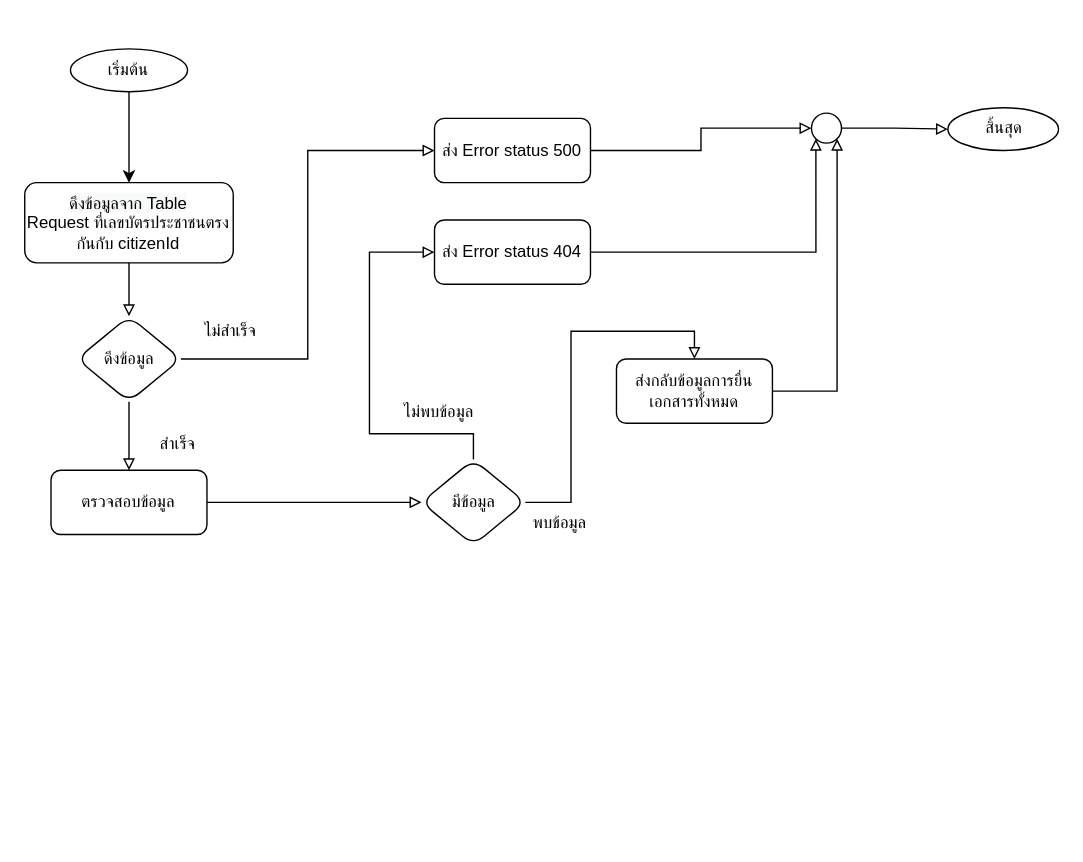
This is getRequestByCitizen.drawio from charifrodmanee/charifrodmanee, a draw.io file, before an edit. Source tidied: cells renumbered, new cells numbered last; positions are measured from the earlier drawing's top-left corner, leaving out a move shared by most shapes. Both pictures are drawn from the tidied source at 139%, with x=0, y=0 at pixel (24, 38).
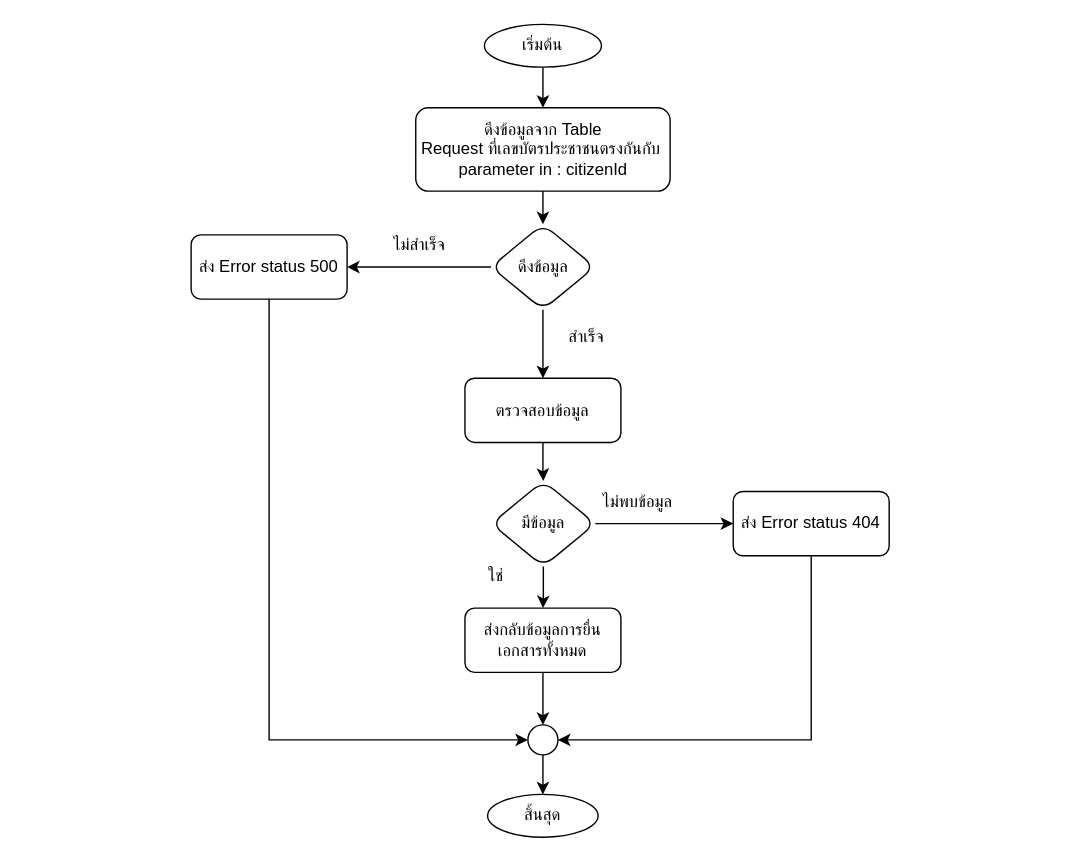
The same diagram, later.

Diff of the diagram source:
```diff
@@
-    <mxCell id="2" style="group;" parent="1" vertex="1">
-      <mxGeometry width="744" height="480" as="geometry" />
-    </mxCell>
-    <mxCell id="3" style="group;" parent="2" vertex="1">
-      <mxGeometry x="19.2" y="7.7" width="724.8" height="356.9" as="geometry" />
-    </mxCell>
-    <mxCell id="4" value="เริ่มต้น" style="ellipse;whiteSpace=wrap;html=1;rounded=1;glass=0;strokeWidth=1;shadow=0;" parent="3" vertex="1">
-      <mxGeometry x="14" width="84.2" height="30.8" as="geometry" />
-    </mxCell>
-    <mxCell id="5" value="สิ้นสุด" style="ellipse;whiteSpace=wrap;html=1;rounded=1;glass=0;strokeWidth=1;shadow=0;" parent="3" vertex="1">
-      <mxGeometry x="645.3" y="42.3" width="79.5" height="30.8" as="geometry" />
-    </mxCell>
-    <mxCell id="6" value="&lt;span style=&quot;color: rgb(0, 0, 0); font-family: Helvetica; font-size: 12px; font-style: normal; font-variant-ligatures: normal; font-variant-caps: normal; font-weight: 400; letter-spacing: normal; orphans: 2; text-align: center; text-indent: 0px; text-transform: none; widows: 2; word-spacing: 0px; -webkit-text-stroke-width: 0px; background-color: rgb(248, 249, 250); text-decoration-thickness: initial; text-decoration-style: initial; text-decoration-color: initial; float: none; display: inline !important;&quot;&gt;ดึงข้อมูลจาก Table&lt;br&gt;&lt;/span&gt;Request ที่เลขบัตรประชาชนตรงกันกับ citizenId" style="rounded=1;whiteSpace=wrap;html=1;" parent="3" vertex="1">
-      <mxGeometry x="-18.9" y="96.2" width="150" height="57.7" as="geometry" />
-    </mxCell>
-    <mxCell id="7" style="edgeStyle=orthogonalEdgeStyle;rounded=0;jettySize=auto;html=1;entryX=0.5;entryY=0;entryDx=0;entryDy=0;" parent="3" edge="1" source="4" target="6">
-      <mxGeometry relative="1" as="geometry" />
-    </mxCell>
+    <mxCell id="29" style="group;" parent="1" vertex="1">
+      <mxGeometry x="120" y="-10" width="502.2" height="584.8" as="geometry" />
+    </mxCell>
-    <mxCell id="8" value="ส่ง Error status 500" style="whiteSpace=wrap;html=1;rounded=1;" parent="3" vertex="1">
-      <mxGeometry x="275.9" y="50" width="112.2" height="46.2" as="geometry" />
+    <mxCell id="8" value="ส่ง Error status 500" style="whiteSpace=wrap;html=1;rounded=1;" parent="29" vertex="1">
+      <mxGeometry y="151.5" width="112.2" height="46.2" as="geometry" />
     </mxCell>
-    <mxCell id="9" value="ตรวจสอบข้อมูล" style="whiteSpace=wrap;html=1;rounded=1;" parent="3" vertex="1">
-      <mxGeometry y="303.1" width="112.2" height="46.2" as="geometry" />
-    </mxCell>
-    <mxCell id="10" style="edgeStyle=orthogonalEdgeStyle;rounded=0;jettySize=auto;html=1;entryX=0;entryY=0.5;entryDx=0;entryDy=0;endArrow=block;endFill=0;" parent="3" edge="1" source="12" target="8">
-      <mxGeometry relative="1" as="geometry" />
-    </mxCell>
-    <mxCell id="11" style="edgeStyle=orthogonalEdgeStyle;rounded=0;jettySize=auto;html=1;endArrow=block;endFill=0;" parent="3" edge="1" source="12" target="9">
-      <mxGeometry relative="1" as="geometry" />
-    </mxCell>
-    <mxCell id="12" value="ดึงข้อมูล" style="rhombus;whiteSpace=wrap;html=1;rounded=1;" parent="3" vertex="1">
-      <mxGeometry x="18.7" y="192.3" width="74.8" height="61.5" as="geometry" />
-    </mxCell>
-    <mxCell id="13" style="edgeStyle=orthogonalEdgeStyle;rounded=0;jettySize=auto;html=1;endArrow=block;endFill=0;" parent="3" edge="1" source="6" target="12">
-      <mxGeometry relative="1" as="geometry" />
-    </mxCell>
-    <mxCell id="14" value="ไม่สำเร็จ" style="text;html=1;align=center;verticalAlign=middle;strokeColor=none;fillColor=none;" parent="3" vertex="1">
-      <mxGeometry x="93.5" y="188.5" width="70" height="30" as="geometry" />
-    </mxCell>
-    <mxCell id="15" value="สำเร็จ" style="text;html=1;align=center;verticalAlign=middle;strokeColor=none;fillColor=none;" parent="3" vertex="1">
-      <mxGeometry x="65.5" y="269.2" width="50" height="30" as="geometry" />
-    </mxCell>
-    <mxCell id="16" value="มีข้อมูล" style="rhombus;whiteSpace=wrap;html=1;rounded=1;" parent="3" vertex="1">
-      <mxGeometry x="266.5" y="295.4" width="74.8" height="61.5" as="geometry" />
+    <mxCell id="16" value="มีข้อมูล" style="rhombus;whiteSpace=wrap;html=1;rounded=1;" parent="29" vertex="1">
+      <mxGeometry x="216" y="328.5" width="74.8" height="61.5" as="geometry" />
     </mxCell>
-    <mxCell id="17" style="edgeStyle=orthogonalEdgeStyle;rounded=0;jettySize=auto;html=1;endArrow=block;endFill=0;" parent="3" edge="1" source="9" target="16">
-      <mxGeometry relative="1" as="geometry" />
-    </mxCell>
-    <mxCell id="18" value="ส่ง Error status 404" style="whiteSpace=wrap;html=1;rounded=1;" parent="3" vertex="1">
-      <mxGeometry x="275.9" y="123.1" width="112.2" height="46.2" as="geometry" />
+    <mxCell id="18" value="ส่ง Error status 404" style="whiteSpace=wrap;html=1;rounded=1;" parent="29" vertex="1">
+      <mxGeometry x="390" y="336.1" width="112.2" height="46.2" as="geometry" />
     </mxCell>
-    <mxCell id="19" style="edgeStyle=orthogonalEdgeStyle;rounded=0;jettySize=auto;html=1;endArrow=block;endFill=0;" parent="3" edge="1" source="16" target="18">
+    <mxCell id="19" style="edgeStyle=orthogonalEdgeStyle;rounded=0;jettySize=auto;html=1;endArrow=classic;endFill=1;entryX=0;entryY=0.5;entryDx=0;entryDy=0;" parent="29" edge="1" source="16" target="18">
       <mxGeometry relative="1" as="geometry">
         <Array as="points">
-          <mxPoint x="303.9" y="276.9" />
-          <mxPoint x="229.1" y="276.9" />
-          <mxPoint x="229.1" y="146.2" />
+          <mxPoint x="390" y="359" />
+          <mxPoint x="400" y="360" />
         </Array>
       </mxGeometry>
     </mxCell>
-    <mxCell id="20" value="ไม่พบข้อมูล" style="text;html=1;align=center;verticalAlign=middle;strokeColor=none;fillColor=none;" parent="3" vertex="1">
-      <mxGeometry x="238.5" y="246.2" width="80" height="30" as="geometry" />
+    <mxCell id="20" value="ไม่พบข้อมูล" style="text;html=1;align=center;verticalAlign=middle;strokeColor=none;fillColor=none;" parent="29" vertex="1">
+      <mxGeometry x="280.5" y="328.5" width="80" height="30" as="geometry" />
     </mxCell>
-    <mxCell id="21" value="พบข้อมูล" style="text;html=1;align=center;verticalAlign=middle;strokeColor=none;fillColor=none;" parent="3" vertex="1">
-      <mxGeometry x="331.1" y="326.2" width="70" height="30" as="geometry" />
-    </mxCell>
+    <mxCell id="30" value="ใช่" style="text;html=1;align=center;verticalAlign=middle;strokeColor=none;fillColor=none;" parent="29" vertex="1">
+      <mxGeometry x="199" y="382.3" width="40" height="30" as="geometry" />
+    </mxCell>
-    <mxCell id="22" value="ส่งกลับข้อมูลการยื่นเอกสารทั้งหมด" style="whiteSpace=wrap;html=1;rounded=1;" parent="3" vertex="1">
-      <mxGeometry x="406.8" y="223.1" width="112.2" height="46.2" as="geometry" />
+    <mxCell id="22" value="ส่งกลับข้อมูลการยื่นเอกสารทั้งหมด" style="whiteSpace=wrap;html=1;rounded=1;" parent="29" vertex="1">
+      <mxGeometry x="197" y="420" width="112.2" height="46.2" as="geometry" />
     </mxCell>
-    <mxCell id="23" style="edgeStyle=orthogonalEdgeStyle;rounded=0;jettySize=auto;html=1;endArrow=block;endFill=0;entryX=0.5;entryY=0;entryDx=0;entryDy=0;" parent="3" edge="1" source="16" target="22">
+    <mxCell id="23" style="edgeStyle=orthogonalEdgeStyle;rounded=0;jettySize=auto;html=1;endArrow=classic;endFill=1;entryX=0.5;entryY=0;entryDx=0;entryDy=0;" parent="29" edge="1" source="16" target="22">
       <mxGeometry relative="1" as="geometry" />
     </mxCell>
-    <mxCell id="24" style="edgeStyle=orthogonalEdgeStyle;rounded=0;jettySize=auto;html=1;endArrow=block;endFill=0;" parent="3" edge="1" source="25" target="5">
-      <mxGeometry relative="1" as="geometry" />
-    </mxCell>
-    <mxCell id="25" style="ellipse;whiteSpace=wrap;html=1;" parent="3" vertex="1">
-      <mxGeometry x="547.1" y="46.2" width="21.6" height="21.6" as="geometry" />
-    </mxCell>
-    <mxCell id="26" style="edgeStyle=orthogonalEdgeStyle;rounded=0;jettySize=auto;html=1;entryX=0;entryY=0.5;entryDx=0;entryDy=0;endArrow=block;endFill=0;" parent="3" edge="1" source="8" target="25">
-      <mxGeometry relative="1" as="geometry" />
-    </mxCell>
-    <mxCell id="27" style="edgeStyle=orthogonalEdgeStyle;rounded=0;jettySize=auto;html=1;entryX=0;entryY=1;entryDx=0;entryDy=0;endArrow=block;endFill=0;" parent="3" edge="1" source="18" target="25">
-      <mxGeometry relative="1" as="geometry" />
-    </mxCell>
-    <mxCell id="28" style="edgeStyle=orthogonalEdgeStyle;rounded=0;jettySize=auto;html=1;entryX=1;entryY=1;entryDx=0;entryDy=0;endArrow=block;endFill=0;" parent="3" edge="1" source="22" target="25">
-      <mxGeometry relative="1" as="geometry" />
-    </mxCell>
+    <mxCell id="31" style="edgeStyle=orthogonalEdgeStyle;rounded=0;jettySize=auto;html=1;entryX=0;entryY=0.5;entryDx=0;entryDy=0;endArrow=classic;endFill=1;exitX=0.5;exitY=1;exitDx=0;exitDy=0;" parent="29" edge="1" source="8" target="38">
+      <mxGeometry relative="1" as="geometry" />
+    </mxCell>
+    <mxCell id="32" style="edgeStyle=orthogonalEdgeStyle;rounded=0;jettySize=auto;html=1;endArrow=classic;endFill=1;" parent="29" edge="1" source="22" target="38">
+      <mxGeometry relative="1" as="geometry" />
+    </mxCell>
+    <mxCell id="4" value="เริ่มต้น" style="ellipse;whiteSpace=wrap;html=1;rounded=1;glass=0;strokeWidth=1;shadow=0;" parent="29" vertex="1">
+      <mxGeometry x="211" width="84.2" height="30.8" as="geometry" />
+    </mxCell>
+    <mxCell id="33" value="ดึงข้อมูลจาก Table&lt;br&gt;Request ที่เลขบัตรประชาชนตรงกันกับ&amp;nbsp; parameter in : citizenId" style="rounded=1;whiteSpace=wrap;html=1;" parent="29" vertex="1">
+      <mxGeometry x="161.6" y="60" width="183" height="60" as="geometry" />
+    </mxCell>
+    <mxCell id="34" style="edgeStyle=orthogonalEdgeStyle;rounded=0;jettySize=auto;html=1;entryX=0.5;entryY=0;entryDx=0;entryDy=0;" parent="29" edge="1" source="4" target="33">
+      <mxGeometry relative="1" as="geometry" />
+    </mxCell>
+    <mxCell id="35" style="edgeStyle=orthogonalEdgeStyle;rounded=0;jettySize=auto;html=1;endArrow=classic;endFill=1;" parent="29" edge="1" source="33" target="12">
+      <mxGeometry relative="1" as="geometry" />
+    </mxCell>
+    <mxCell id="9" value="ตรวจสอบข้อมูล" style="whiteSpace=wrap;html=1;rounded=1;" parent="29" vertex="1">
+      <mxGeometry x="197" y="254.6" width="112.2" height="46.2" as="geometry" />
+    </mxCell>
+    <mxCell id="17" style="edgeStyle=orthogonalEdgeStyle;rounded=0;jettySize=auto;html=1;endArrow=classic;endFill=1;" parent="29" edge="1" source="9" target="16">
+      <mxGeometry relative="1" as="geometry" />
+    </mxCell>
+    <mxCell id="11" style="edgeStyle=orthogonalEdgeStyle;rounded=0;jettySize=auto;html=1;endArrow=classic;endFill=1;" parent="29" edge="1" source="12" target="9">
+      <mxGeometry relative="1" as="geometry" />
+    </mxCell>
+    <mxCell id="12" value="ดึงข้อมูล" style="rhombus;whiteSpace=wrap;html=1;rounded=1;" parent="29" vertex="1">
+      <mxGeometry x="215.7" y="143.8" width="74.8" height="61.5" as="geometry" />
+    </mxCell>
+    <mxCell id="14" value="ไม่สำเร็จ" style="text;html=1;align=center;verticalAlign=middle;strokeColor=none;fillColor=none;" parent="29" vertex="1">
+      <mxGeometry x="129" y="143.9" width="70" height="30" as="geometry" />
+    </mxCell>
+    <mxCell id="15" value="สำเร็จ" style="text;html=1;align=center;verticalAlign=middle;strokeColor=none;fillColor=none;" parent="29" vertex="1">
+      <mxGeometry x="259.2" y="210" width="50" height="30" as="geometry" />
+    </mxCell>
+    <mxCell id="36" style="group;" parent="29" vertex="1">
+      <mxGeometry x="213.3" y="504" width="79.5" height="80.8" as="geometry" />
+    </mxCell>
+    <mxCell id="5" value="สิ้นสุด" style="ellipse;whiteSpace=wrap;html=1;rounded=1;glass=0;strokeWidth=1;shadow=0;" parent="36" vertex="1">
+      <mxGeometry y="50" width="79.5" height="30.8" as="geometry" />
+    </mxCell>
+    <mxCell id="37" style="edgeStyle=orthogonalEdgeStyle;rounded=0;jettySize=auto;html=1;endArrow=classic;endFill=1;" parent="36" edge="1" source="38" target="5">
+      <mxGeometry relative="1" as="geometry" />
+    </mxCell>
+    <mxCell id="38" style="ellipse;whiteSpace=wrap;html=1;" parent="36" vertex="1">
+      <mxGeometry x="29" width="21.6" height="21.6" as="geometry" />
+    </mxCell>
+    <mxCell id="10" style="edgeStyle=orthogonalEdgeStyle;rounded=0;jettySize=auto;html=1;entryX=1;entryY=0.5;entryDx=0;entryDy=0;endArrow=classic;endFill=1;" parent="29" edge="1" source="12" target="8">
+      <mxGeometry relative="1" as="geometry" />
+    </mxCell>
+    <mxCell id="39" style="edgeStyle=orthogonalEdgeStyle;rounded=0;jettySize=auto;html=1;entryX=1;entryY=0.5;entryDx=0;entryDy=0;endArrow=classic;endFill=1;" parent="29" edge="1" source="18" target="38">
+      <mxGeometry relative="1" as="geometry">
+        <Array as="points">
+          <mxPoint x="446" y="515" />
+        </Array>
+      </mxGeometry>
+    </mxCell>
```
